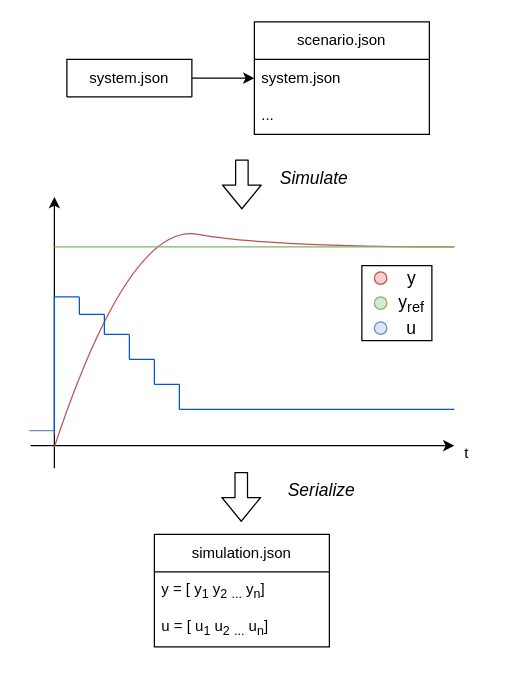
Before: fig/flow.drawio in gotvinne/Light-weight-MPC, a draw.io diagram. Source tidied: cells renumbered, new cells numbered last; positions are measured from the earlier drawing's top-left corner, leaving out a move shared by most shapes. Both pictures are drawn from the tidied source at 125%, with x=0, y=0 at pixel (29, 21).
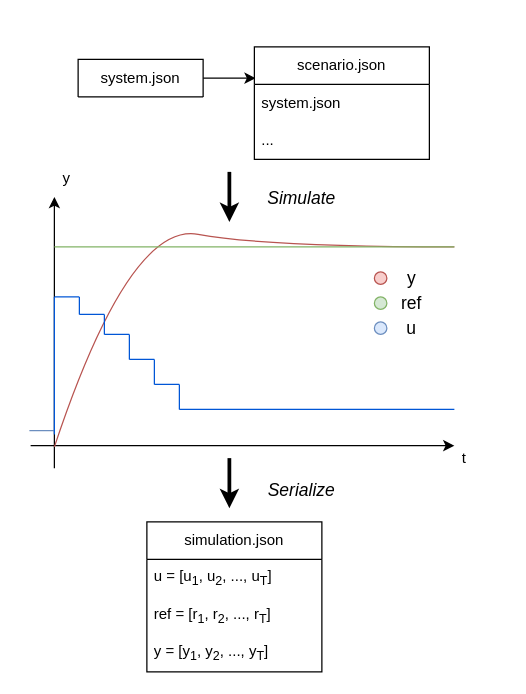
Above is the later version.

Diff of the diagram source:
```diff
@@
-    <mxCell id="2" style="edgeStyle=orthogonalEdgeStyle;rounded=0;jettySize=auto;html=1;exitX=1;exitY=0.5;exitDx=0;exitDy=0;" parent="1" edge="1" source="3" target="5">
-      <mxGeometry relative="1" as="geometry" />
-    </mxCell>
+    <mxCell id="39" style="edgeStyle=orthogonalEdgeStyle;rounded=0;jettySize=auto;html=1;exitX=1;exitY=0.5;exitDx=0;exitDy=0;entryX=0.007;entryY=0.214;entryDx=0;entryDy=0;entryPerimeter=0;" parent="1" edge="1" source="3">
+      <mxGeometry relative="1" as="geometry">
+        <mxPoint x="181" y="45" as="targetPoint" />
+      </mxGeometry>
+    </mxCell>
     <mxCell id="3" value="system.json" style="swimlane;fontStyle=0;horizontal=1;startSize=30;whiteSpace=wrap;html=1;" parent="1" vertex="1" collapsed="1">
-      <mxGeometry x="30" y="30" width="100" height="30" as="geometry" />
+      <mxGeometry x="39" y="30" width="100" height="30" as="geometry" />
     </mxCell>
-    <mxCell id="4" value="scenario.json" style="swimlane;fontStyle=0;horizontal=1;startSize=30;whiteSpace=wrap;html=1;" parent="1" vertex="1">
-      <mxGeometry x="180" width="140" height="90" as="geometry" />
-    </mxCell>
-    <mxCell id="5" value="system.json" style="text;strokeColor=none;fillColor=none;align=left;verticalAlign=middle;spacingLeft=4;spacingRight=4;overflow=hidden;points=[[0,0.5],[1,0.5]];portConstraint=eastwest;whiteSpace=wrap;html=1;" parent="4" vertex="1">
-      <mxGeometry y="30" width="140" height="30" as="geometry" />
-    </mxCell>
-    <mxCell id="6" value="..." style="text;strokeColor=none;fillColor=none;align=left;verticalAlign=middle;spacingLeft=4;spacingRight=4;overflow=hidden;whiteSpace=wrap;html=1;" parent="4" vertex="1">
-      <mxGeometry y="60" width="140" height="30" as="geometry" />
-    </mxCell>
@@
     <mxCell id="23" value="t" style="text;html=1;strokeColor=none;fillColor=none;align=center;verticalAlign=middle;whiteSpace=wrap;rounded=0;" parent="1" vertex="1">
-      <mxGeometry x="320" y="330" width="60" height="30" as="geometry" />
+      <mxGeometry x="318" y="334" width="60" height="30" as="geometry" />
     </mxCell>
@@
-    <mxCell id="25" style="shape=flexArrow;endArrow=classic;html=1;curved=1;" parent="1" edge="1">
-      <mxGeometry relative="1" as="geometry">
-        <mxPoint x="170" y="110" as="sourcePoint" />
-        <mxPoint x="170" y="150" as="targetPoint" />
-      </mxGeometry>
-    </mxCell>
-    <mxCell id="26" style="shape=flexArrow;endArrow=classic;html=1;curved=1;" parent="1" edge="1">
-      <mxGeometry relative="1" as="geometry">
-        <mxPoint x="169.5" y="360" as="sourcePoint" />
-        <mxPoint x="169.5" y="400" as="targetPoint" />
-      </mxGeometry>
-    </mxCell>
     <mxCell id="27" value="&lt;i&gt;&lt;font style=&quot;font-size: 14px;&quot;&gt;Simulate&lt;/font&gt;&lt;/i&gt;" style="text;html=1;strokeColor=none;fillColor=none;align=center;verticalAlign=middle;whiteSpace=wrap;rounded=0;" parent="1" vertex="1">
-      <mxGeometry x="190" y="110" width="76" height="30" as="geometry" />
+      <mxGeometry x="180" y="126" width="76" height="30" as="geometry" />
     </mxCell>
     <mxCell id="28" value="&lt;i&gt;&lt;font style=&quot;font-size: 14px;&quot;&gt;Serialize&lt;/font&gt;&lt;/i&gt;" style="text;html=1;strokeColor=none;fillColor=none;align=center;verticalAlign=middle;whiteSpace=wrap;rounded=0;" parent="1" vertex="1">
-      <mxGeometry x="196" y="360" width="76" height="30" as="geometry" />
+      <mxGeometry x="180" y="360" width="76" height="30" as="geometry" />
     </mxCell>
-    <mxCell id="29" value="simulation.json" style="swimlane;fontStyle=0;horizontal=1;startSize=30;whiteSpace=wrap;html=1;" parent="1" vertex="1">
-      <mxGeometry x="100" y="410" width="140" height="90" as="geometry" />
-    </mxCell>
-    <mxCell id="30" value="y = [ y&lt;sub&gt;1&lt;/sub&gt;&amp;nbsp;y&lt;sub&gt;2&lt;/sub&gt;&amp;nbsp;&lt;sub&gt;...&lt;/sub&gt;&amp;nbsp;y&lt;sub&gt;n&lt;/sub&gt;]&lt;sub&gt;&amp;nbsp;&lt;/sub&gt;" style="text;strokeColor=none;fillColor=none;align=left;verticalAlign=middle;spacingLeft=4;spacingRight=4;overflow=hidden;whiteSpace=wrap;html=1;" parent="29" vertex="1">
-      <mxGeometry y="30" width="140" height="30" as="geometry" />
-    </mxCell>
-    <mxCell id="31" value="u = [ u&lt;sub style=&quot;border-color: var(--border-color);&quot;&gt;1&lt;/sub&gt;&amp;nbsp;u&lt;sub style=&quot;border-color: var(--border-color);&quot;&gt;2&lt;/sub&gt;&amp;nbsp;&lt;sub style=&quot;border-color: var(--border-color);&quot;&gt;...&lt;/sub&gt;&amp;nbsp;u&lt;sub style=&quot;border-color: var(--border-color);&quot;&gt;n&lt;/sub&gt;]&lt;sub style=&quot;border-color: var(--border-color);&quot;&gt;&amp;nbsp;&lt;/sub&gt;" style="text;strokeColor=none;fillColor=none;align=left;verticalAlign=middle;spacingLeft=4;spacingRight=4;overflow=hidden;whiteSpace=wrap;html=1;" parent="29" vertex="1">
-      <mxGeometry y="60" width="140" height="30" as="geometry" />
-    </mxCell>
+    <mxCell id="40" style="endArrow=classic;html=1;rounded=0;strokeWidth=3;" parent="1" edge="1">
+      <mxGeometry relative="1" as="geometry">
+        <mxPoint x="160" y="120" as="sourcePoint" />
+        <mxPoint x="160" y="160" as="targetPoint" />
+      </mxGeometry>
+    </mxCell>
+    <mxCell id="41" style="group;" parent="1" vertex="1">
+      <mxGeometry x="276" y="190" width="98" height="70" as="geometry" />
+    </mxCell>
-    <mxCell id="32" style="ellipse;whiteSpace=wrap;html=1;fontSize=14;fillColor=#f8cecc;strokeColor=#b85450;" parent="1" vertex="1">
-      <mxGeometry x="276" y="200" width="10" height="10" as="geometry" />
+    <mxCell id="32" style="ellipse;whiteSpace=wrap;html=1;fontSize=14;fillColor=#f8cecc;strokeColor=#b85450;" parent="41" vertex="1">
+      <mxGeometry y="10" width="10" height="10" as="geometry" />
     </mxCell>
-    <mxCell id="33" style="ellipse;whiteSpace=wrap;html=1;fontSize=14;fillColor=#d5e8d4;strokeColor=#82b366;" parent="1" vertex="1">
-      <mxGeometry x="276" y="220" width="10" height="10" as="geometry" />
+    <mxCell id="33" style="ellipse;whiteSpace=wrap;html=1;fontSize=14;fillColor=#d5e8d4;strokeColor=#82b366;" parent="41" vertex="1">
+      <mxGeometry y="30" width="10" height="10" as="geometry" />
     </mxCell>
-    <mxCell id="34" style="ellipse;whiteSpace=wrap;html=1;fontSize=14;fillColor=#dae8fc;strokeColor=#6c8ebf;" parent="1" vertex="1">
-      <mxGeometry x="276" y="240" width="10" height="10" as="geometry" />
+    <mxCell id="34" style="ellipse;whiteSpace=wrap;html=1;fontSize=14;fillColor=#dae8fc;strokeColor=#6c8ebf;" parent="41" vertex="1">
+      <mxGeometry y="50" width="10" height="10" as="geometry" />
     </mxCell>
-    <mxCell id="35" value="y" style="text;html=1;strokeColor=none;fillColor=none;align=center;verticalAlign=middle;whiteSpace=wrap;rounded=0;fontSize=14;" parent="1" vertex="1">
-      <mxGeometry x="276" y="190" width="60" height="30" as="geometry" />
+    <mxCell id="35" value="y" style="text;html=1;strokeColor=none;fillColor=none;align=center;verticalAlign=middle;whiteSpace=wrap;rounded=0;fontSize=14;" parent="41" vertex="1">
+      <mxGeometry width="60" height="30" as="geometry" />
     </mxCell>
-    <mxCell id="36" value="y&lt;sub&gt;ref&lt;/sub&gt;" style="text;html=1;strokeColor=none;fillColor=none;align=center;verticalAlign=middle;whiteSpace=wrap;rounded=0;fontSize=14;" parent="1" vertex="1">
-      <mxGeometry x="276" y="210" width="60" height="30" as="geometry" />
+    <mxCell id="36" value="ref" style="text;html=1;strokeColor=none;fillColor=none;align=center;verticalAlign=middle;whiteSpace=wrap;rounded=0;fontSize=14;" parent="41" vertex="1">
+      <mxGeometry y="20" width="60" height="30" as="geometry" />
     </mxCell>
-    <mxCell id="37" value="u" style="text;html=1;strokeColor=none;fillColor=none;align=center;verticalAlign=middle;whiteSpace=wrap;rounded=0;fontSize=14;" parent="1" vertex="1">
-      <mxGeometry x="276" y="230" width="60" height="30" as="geometry" />
+    <mxCell id="37" value="u" style="text;html=1;strokeColor=none;fillColor=none;align=center;verticalAlign=middle;whiteSpace=wrap;rounded=0;fontSize=14;" parent="41" vertex="1">
+      <mxGeometry y="40" width="60" height="30" as="geometry" />
     </mxCell>
-    <mxCell id="38" style="rounded=0;whiteSpace=wrap;html=1;fontSize=14;fillColor=none;" parent="1" vertex="1">
-      <mxGeometry x="266" y="195" width="56" height="60" as="geometry" />
-    </mxCell>
+    <mxCell id="42" value="y" style="text;html=1;strokeColor=none;fillColor=none;align=center;verticalAlign=middle;whiteSpace=wrap;rounded=0;" parent="1" vertex="1">
+      <mxGeometry y="110" width="60" height="30" as="geometry" />
+    </mxCell>
+    <mxCell id="4" value="scenario.json" style="swimlane;fontStyle=0;horizontal=1;startSize=30;whiteSpace=wrap;html=1;" parent="1" vertex="1">
+      <mxGeometry x="180" y="20" width="140" height="90" as="geometry" />
+    </mxCell>
+    <mxCell id="5" value="system.json" style="text;strokeColor=none;fillColor=none;align=left;verticalAlign=middle;spacingLeft=4;spacingRight=4;overflow=hidden;points=[[0,0.5],[1,0.5]];portConstraint=eastwest;whiteSpace=wrap;html=1;" parent="4" vertex="1">
+      <mxGeometry y="30" width="140" height="30" as="geometry" />
+    </mxCell>
+    <mxCell id="6" value="..." style="text;strokeColor=none;fillColor=none;align=left;verticalAlign=middle;spacingLeft=4;spacingRight=4;overflow=hidden;whiteSpace=wrap;html=1;" parent="4" vertex="1">
+      <mxGeometry y="60" width="140" height="30" as="geometry" />
+    </mxCell>
+    <mxCell id="43" style="endArrow=classic;html=1;rounded=0;strokeWidth=3;" parent="1" edge="1">
+      <mxGeometry relative="1" as="geometry">
+        <mxPoint x="160" y="349" as="sourcePoint" />
+        <mxPoint x="160" y="389" as="targetPoint" />
+      </mxGeometry>
+    </mxCell>
+    <mxCell id="29" value="simulation.json" style="swimlane;fontStyle=0;horizontal=1;startSize=30;whiteSpace=wrap;html=1;" parent="1" vertex="1">
+      <mxGeometry x="94" y="400" width="140" height="120" as="geometry" />
+    </mxCell>
+    <mxCell id="44" value="u = [u&lt;sub&gt;1&lt;/sub&gt;, u&lt;sub&gt;2&lt;/sub&gt;, ..., u&lt;sub&gt;T&lt;/sub&gt;]" style="text;strokeColor=none;fillColor=none;align=left;verticalAlign=middle;spacingLeft=4;spacingRight=4;overflow=hidden;whiteSpace=wrap;html=1;" parent="29" vertex="1">
+      <mxGeometry y="30" width="140" height="30" as="geometry" />
+    </mxCell>
+    <mxCell id="45" value="ref = [r&lt;sub&gt;1&lt;/sub&gt;, r&lt;sub&gt;2&lt;/sub&gt;, ..., r&lt;sub&gt;T&lt;/sub&gt;]" style="text;strokeColor=none;fillColor=none;align=left;verticalAlign=middle;spacingLeft=4;spacingRight=4;overflow=hidden;whiteSpace=wrap;html=1;" parent="29" vertex="1">
+      <mxGeometry y="60" width="140" height="30" as="geometry" />
+    </mxCell>
+    <mxCell id="46" value="y = [y&lt;sub&gt;1&lt;/sub&gt;, y&lt;sub&gt;2&lt;/sub&gt;, ..., y&lt;sub&gt;T&lt;/sub&gt;]" style="text;strokeColor=none;fillColor=none;align=left;verticalAlign=middle;spacingLeft=4;spacingRight=4;overflow=hidden;whiteSpace=wrap;html=1;" parent="29" vertex="1">
+      <mxGeometry y="90" width="140" height="30" as="geometry" />
+    </mxCell>
```
